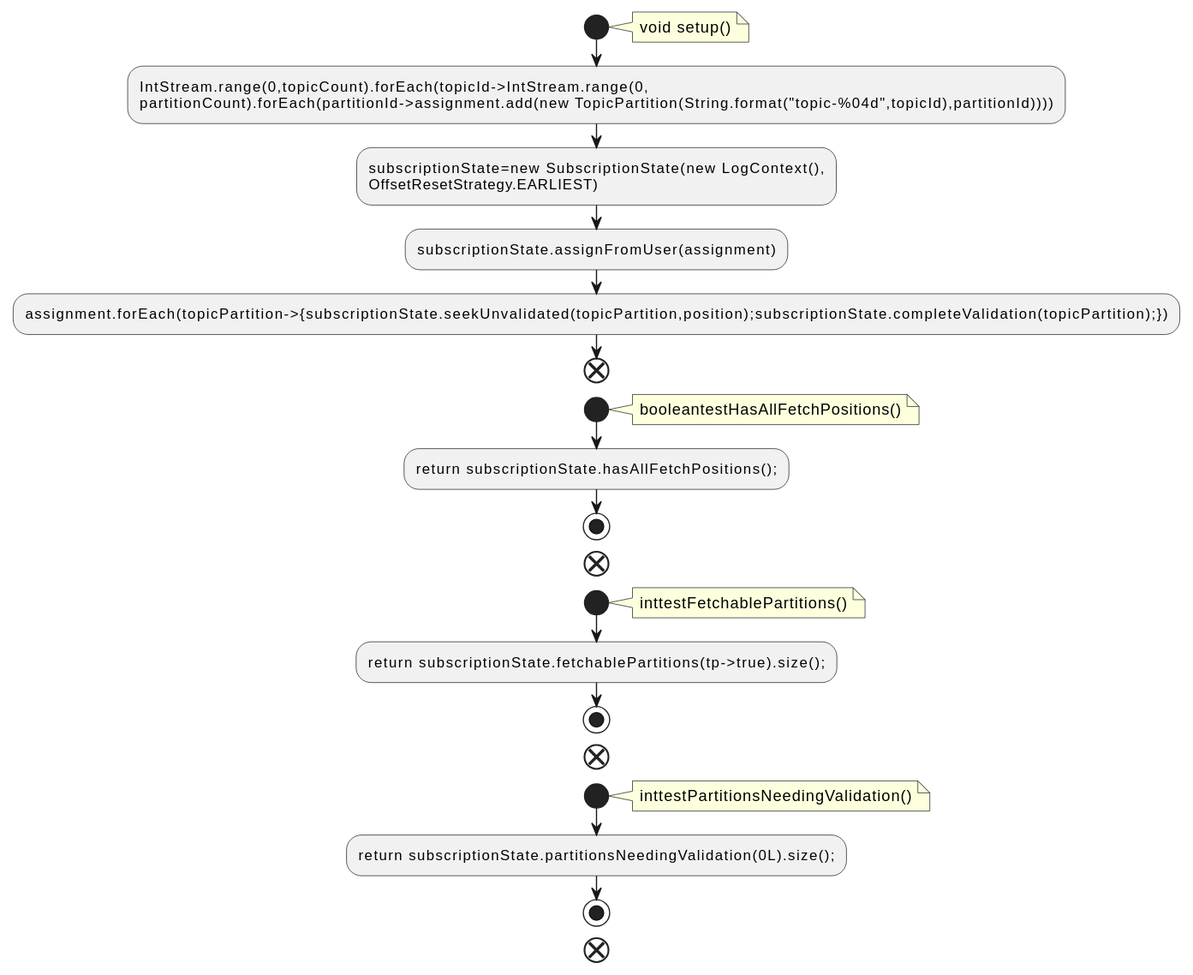
Before: docs/qc/jmh-benchmarks/src/main/java/org/apache/kafka/jmh/consumer/SubscriptionStateBenchmark.java.fct.svg, a diagram exported from PlantUML (qualitesys/kafka). The source it was exported from:
```plantuml
@startuml
!pragma layout smetana
start
note right
void setup()
end note
:IntStream.range(0,topicCount).forEach(topicId->IntStream.range(0,
partitionCount).forEach(partitionId->assignment.add(new TopicPartition(String.format("topic-%04d",topicId),partitionId))));
:subscriptionState=new SubscriptionState(new LogContext(),
OffsetResetStrategy.EARLIEST);
:subscriptionState.assignFromUser(assignment);
:assignment.forEach(topicPartition->{subscriptionState.seekUnvalidated(topicPartition,position);subscriptionState.completeValidation(topicPartition);});
end
start
note right
booleantestHasAllFetchPositions()
end note
:return subscriptionState.hasAllFetchPositions();;
stop
end
start
note right
inttestFetchablePartitions()
end note
:return subscriptionState.fetchablePartitions(tp->true).size();;
stop
end
start
note right
inttestPartitionsNeedingValidation()
end note
:return subscriptionState.partitionsNeedingValidation(0L).size();;
stop
end
@enduml
```
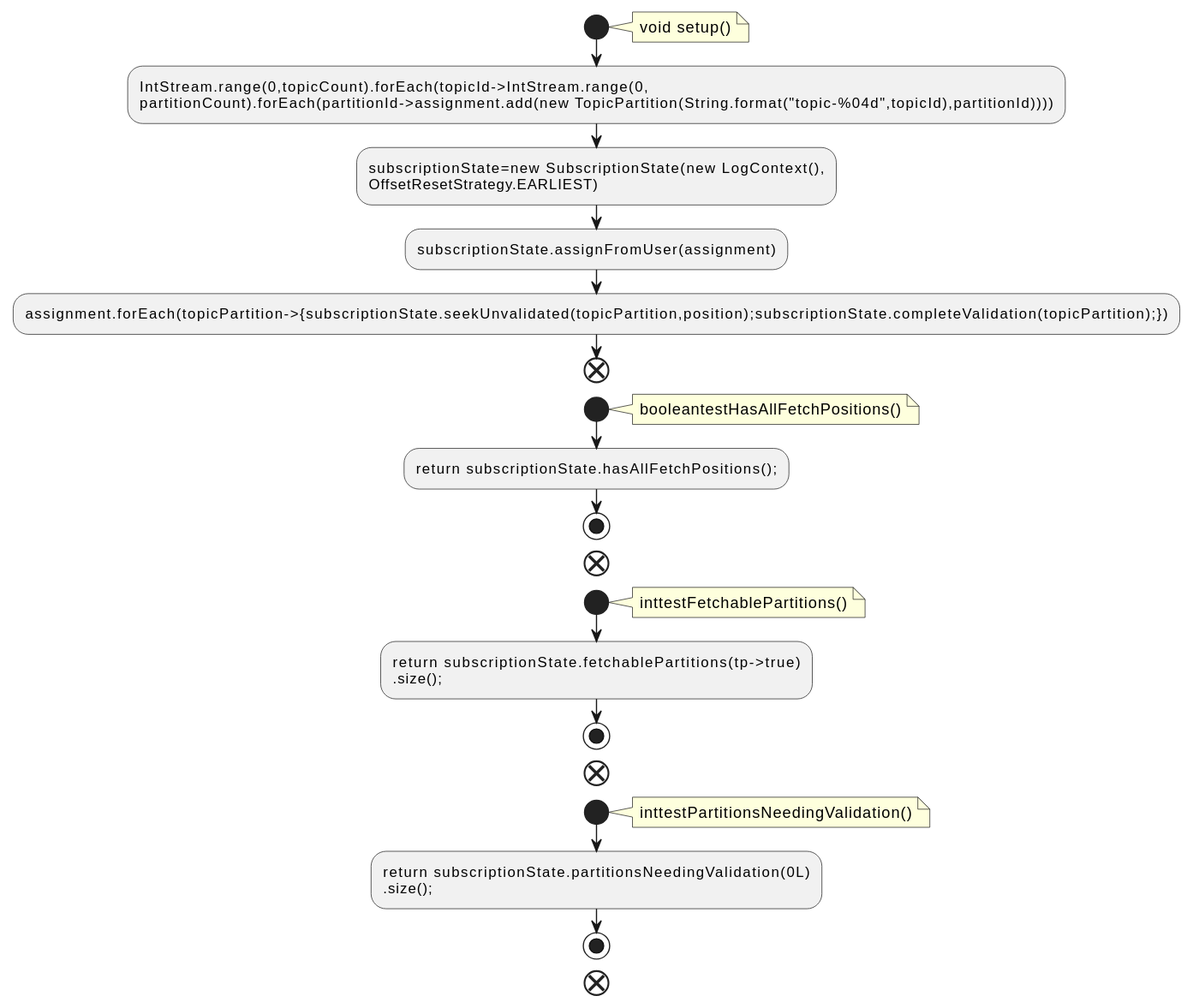
The same file after the commit.

What changed in the source:
```diff
@@ -22,14 +22,16 @@
 note right
 inttestFetchablePartitions()
 end note
-:return subscriptionState.fetchablePartitions(tp->true).size();;
+:return subscriptionState.fetchablePartitions(tp->true)
+.size();;
 stop
 end
 start
 note right
 inttestPartitionsNeedingValidation()
 end note
-:return subscriptionState.partitionsNeedingValidation(0L).size();;
+:return subscriptionState.partitionsNeedingValidation(0L)
+.size();;
 stop
 end
 @enduml
```
